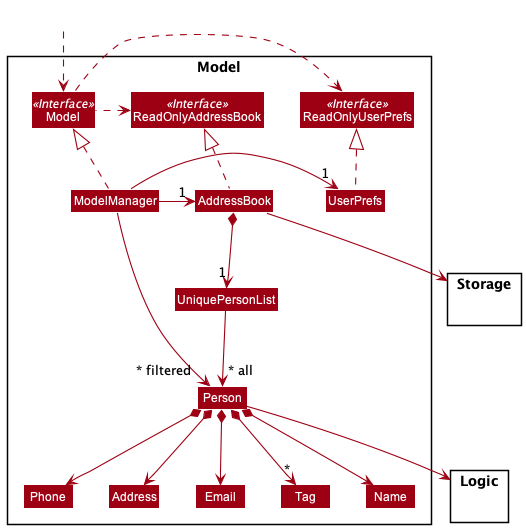
sheehui/tp keeps this PlantUML diagram as docs/images/ModelClassDiagram.png. Above is the earlier version.
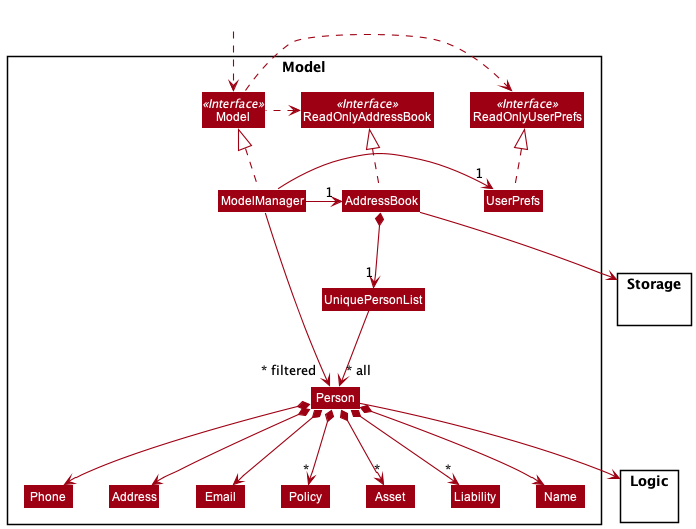
After the commit.

Diff of the diagram source:
```diff
@@ -22,7 +22,9 @@
 Class Email
 Class Name
 Class Phone
-Class Tag
+Class Policy
+Class Asset
+Class Liability
 
 }
 
@@ -52,11 +54,16 @@
 Person *--> Phone
 Person *--> Email
 Person *--> Address
-Person *--> "*" Tag
+Person *--> "*" Policy
+Person *--> "*" Asset
+Person *--> "*" Liability
 
 Name -[hidden]right-> Phone
 Phone -[hidden]right-> Address
 Address -[hidden]right-> Email
+Email -[hidden]right-> Policy
+Policy -[hidden]right-> Asset
+Asset -[hidden]right-> Liability
 
 ModelManager -->"~* filtered" Person
 @enduml
```
